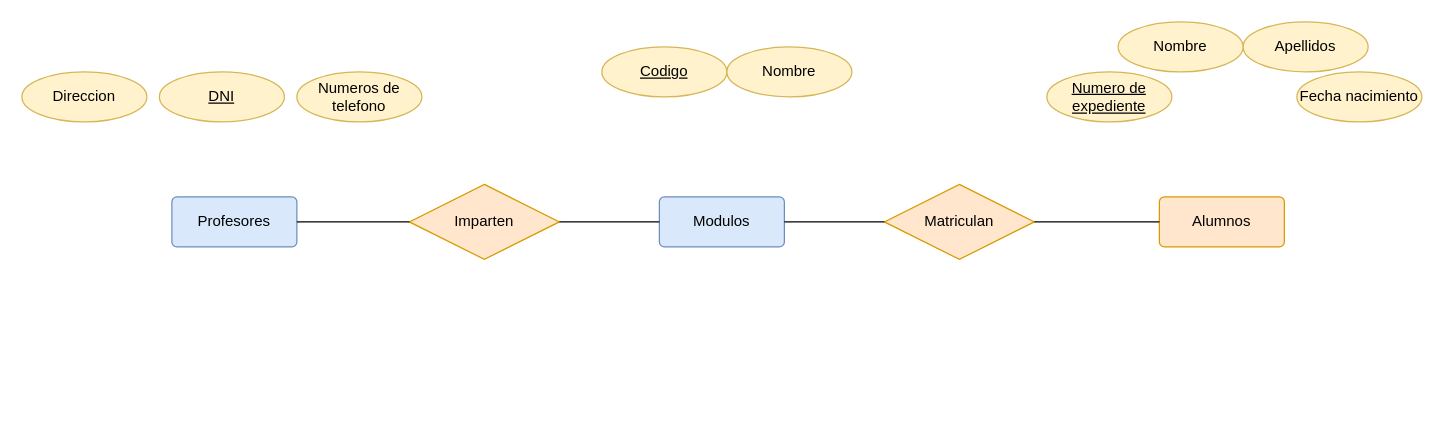
This is Unidad1/Tareas/Tarea 4/Diagrama sin título.drawio from JVC0/Base-Datos, a draw.io file, before an edit. Source tidied: cells renumbered, new cells numbered last; positions are measured from the earlier drawing's top-left corner, leaving out a move shared by most shapes. Both pictures are drawn from the tidied source at 125%, with x=0, y=0 at pixel (21, 21).
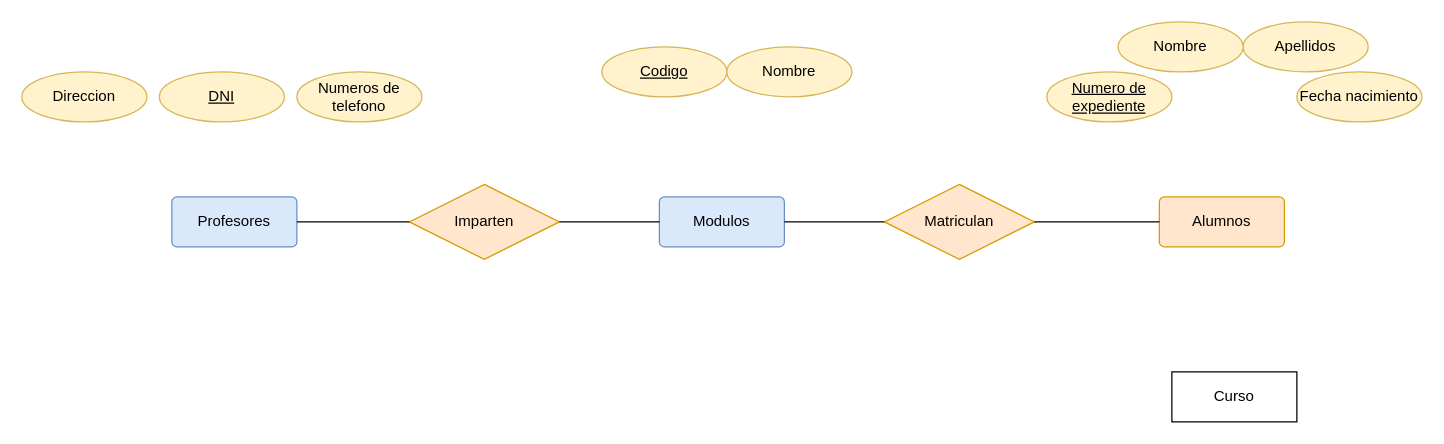
The same page after the edit.

What changed in the source:
```diff
@@
+    <mxCell id="20" value="Curso" style="whiteSpace=wrap;html=1;align=center;" parent="1" vertex="1">
+      <mxGeometry x="920" y="280" width="100" height="40" as="geometry" />
+    </mxCell>
```
